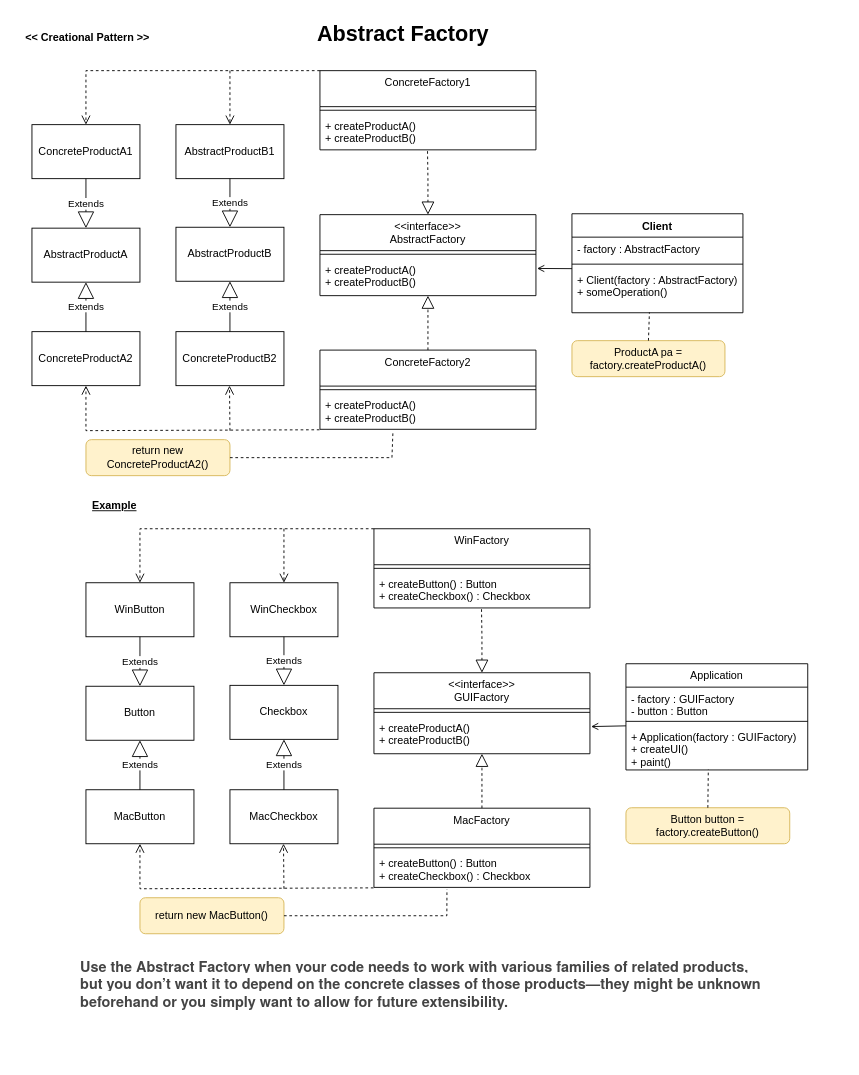
Before: Creational - AbstractFactory.drawio in yalankar/yalankar, a draw.io diagram. Source tidied: cells renumbered, new cells numbered last; positions are measured from the earlier drawing's top-left corner, leaving out a move shared by most shapes. Both pictures are drawn from the tidied source at 90%, with x=0, y=0 at pixel (15, 15).
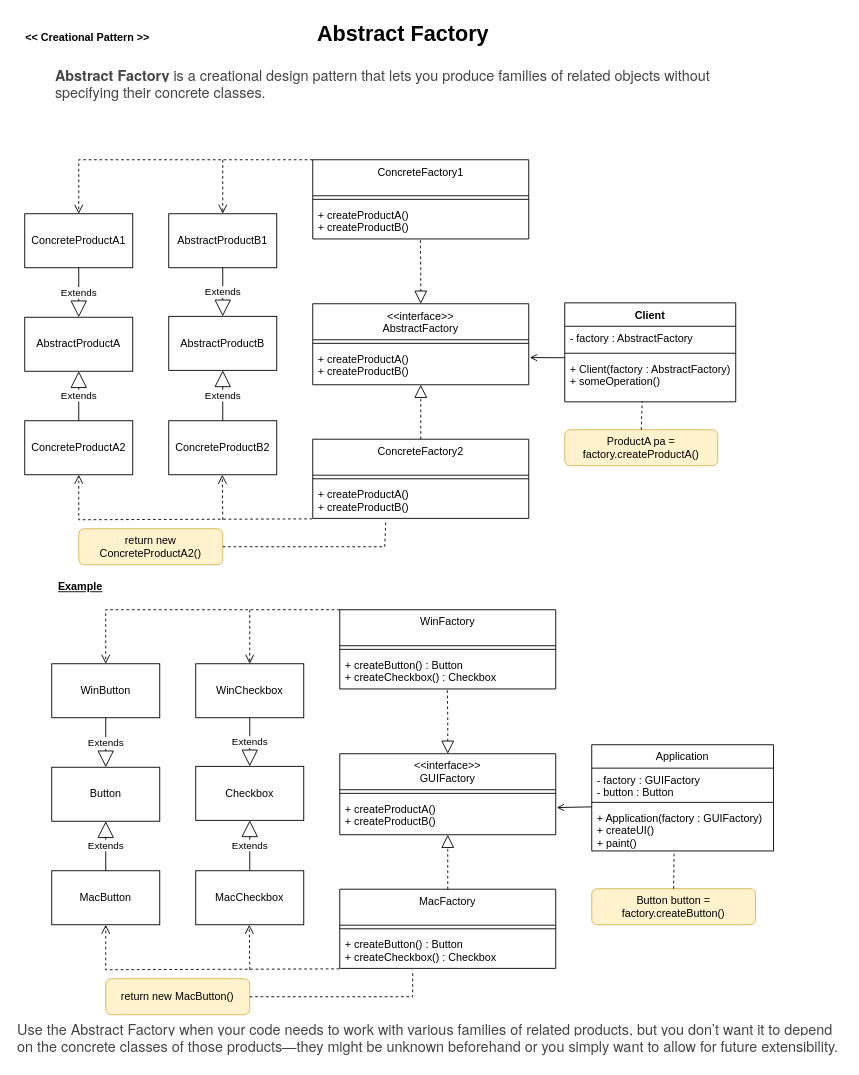
The same diagram, later.

Unchanged cells that the change refers to:
```xml
<mxCell id="12" value="+ createProductA()&#10;+ createProductB()" style="text;strokeColor=none;fillColor=none;align=left;verticalAlign=top;spacingLeft=4;spacingRight=4;overflow=hidden;points=[[0,0.5],[1,0.5]];portConstraint=eastwest;" parent="10" vertex="1">
  <mxGeometry y="48" width="240" height="40" as="geometry" />
</mxCell>
<mxCell id="15" value="+ createProductA()&#10;+ createProductB()" style="text;strokeColor=none;fillColor=none;align=left;verticalAlign=top;spacingLeft=4;spacingRight=4;overflow=hidden;points=[[0,0.5],[1,0.5]];portConstraint=eastwest;" parent="13" vertex="1">
  <mxGeometry y="48" width="240" height="40" as="geometry" />
</mxCell>
<mxCell id="46" value="+ createButton() : Button&#10;+ createCheckbox() : Checkbox" style="text;strokeColor=none;fillColor=none;align=left;verticalAlign=top;spacingLeft=4;spacingRight=4;overflow=hidden;points=[[0,0.5],[1,0.5]];portConstraint=eastwest;" parent="44" vertex="1">
  <mxGeometry y="48" width="240" height="40" as="geometry" />
</mxCell>
<mxCell id="49" value="+ createButton() : Button&#10;+ createCheckbox() : Checkbox" style="text;strokeColor=none;fillColor=none;align=left;verticalAlign=top;spacingLeft=4;spacingRight=4;overflow=hidden;points=[[0,0.5],[1,0.5]];portConstraint=eastwest;" parent="47" vertex="1">
  <mxGeometry y="48" width="240" height="40" as="geometry" />
</mxCell>
```

The edit, as a diff of the source:
```diff
@@
     <mxCell id="3" value="&lt;&lt;interface&gt;&gt;&#10;AbstractFactory" style="swimlane;fontStyle=0;align=center;verticalAlign=top;horizontal=1;startSize=40;" parent="1" vertex="1">
-      <mxGeometry x="338" y="221" width="240" height="90" as="geometry" />
+      <mxGeometry x="330" y="320" width="240" height="90" as="geometry" />
     </mxCell>
@@
     <mxCell id="6" style="endArrow=block;dashed=1;endFill=0;endSize=12;html=1;rounded=0;exitX=0.5;exitY=0;exitDx=0;exitDy=0;" parent="1" edge="1" source="13">
       <mxGeometry relative="1" as="geometry">
-        <mxPoint x="458" y="311" as="targetPoint" />
+        <mxPoint x="450" y="410" as="targetPoint" />
         <Array as="points">
-          <mxPoint x="458" y="327.5" />
+          <mxPoint x="450" y="426.5" />
         </Array>
       </mxGeometry>
     </mxCell>
@@
     <mxCell id="8" value="&lt;u&gt;Example&lt;/u&gt;" style="text;html=1;strokeColor=none;fillColor=none;align=center;verticalAlign=middle;whiteSpace=wrap;rounded=0;shadow=0;sketch=0;fontStyle=1;" parent="1" vertex="1">
-      <mxGeometry x="80" y="530" width="60" height="30" as="geometry" />
+      <mxGeometry x="42" y="620" width="60" height="30" as="geometry" />
     </mxCell>
     <mxCell id="9" value="return new ConcreteProductA2()" style="text;html=1;align=center;verticalAlign=middle;whiteSpace=wrap;rounded=1;sketch=0;shadow=0;fillColor=#fff2cc;strokeColor=#d6b656;" parent="1" vertex="1">
-      <mxGeometry x="78" y="471" width="160" height="40" as="geometry" />
+      <mxGeometry x="70" y="570" width="160" height="40" as="geometry" />
     </mxCell>
     <mxCell id="10" value="ConcreteFactory1" style="swimlane;fontStyle=0;align=center;verticalAlign=top;horizontal=1;startSize=40;" parent="1" vertex="1">
-      <mxGeometry x="338" y="61" width="240" height="88" as="geometry" />
+      <mxGeometry x="330" y="160" width="240" height="88" as="geometry" />
     </mxCell>
@@
     <mxCell id="13" value="ConcreteFactory2" style="swimlane;fontStyle=0;align=center;verticalAlign=top;horizontal=1;startSize=40;" parent="1" vertex="1">
-      <mxGeometry x="338" y="371.5" width="240" height="88" as="geometry" />
+      <mxGeometry x="330" y="470.5" width="240" height="88" as="geometry" />
     </mxCell>
@@
     <mxCell id="16" style="endArrow=block;dashed=1;endFill=0;endSize=12;html=1;rounded=0;exitX=0.498;exitY=1.035;exitDx=0;exitDy=0;exitPerimeter=0;entryX=0.5;entryY=0;entryDx=0;entryDy=0;" parent="1" edge="1" source="12" target="3">
       <mxGeometry relative="1" as="geometry">
         <Array as="points">
-          <mxPoint x="458" y="181" />
-          <mxPoint x="458" y="191" />
+          <mxPoint x="450" y="280" />
+          <mxPoint x="450" y="290" />
         </Array>
       </mxGeometry>
     </mxCell>
     <mxCell id="17" value="AbstractProductA" style="rounded=0;whiteSpace=wrap;html=1;" parent="1" vertex="1">
-      <mxGeometry x="18" y="236" width="120" height="60" as="geometry" />
+      <mxGeometry x="10" y="335" width="120" height="60" as="geometry" />
     </mxCell>
     <mxCell id="18" value="AbstractProductB" style="rounded=0;whiteSpace=wrap;html=1;" parent="1" vertex="1">
-      <mxGeometry x="178" y="235" width="120" height="60" as="geometry" />
+      <mxGeometry x="170" y="334" width="120" height="60" as="geometry" />
     </mxCell>
     <mxCell id="19" value="ConcreteProductA1" style="rounded=0;whiteSpace=wrap;html=1;" parent="1" vertex="1">
-      <mxGeometry x="18" y="121" width="120" height="60" as="geometry" />
+      <mxGeometry x="10" y="220" width="120" height="60" as="geometry" />
     </mxCell>
     <mxCell id="20" value="ConcreteProductA2" style="rounded=0;whiteSpace=wrap;html=1;" parent="1" vertex="1">
-      <mxGeometry x="18" y="351" width="120" height="60" as="geometry" />
+      <mxGeometry x="10" y="450" width="120" height="60" as="geometry" />
     </mxCell>
     <mxCell id="21" value="AbstractProductB1" style="rounded=0;whiteSpace=wrap;html=1;" parent="1" vertex="1">
-      <mxGeometry x="178" y="121" width="120" height="60" as="geometry" />
+      <mxGeometry x="170" y="220" width="120" height="60" as="geometry" />
     </mxCell>
     <mxCell id="22" value="ConcreteProductB2" style="rounded=0;whiteSpace=wrap;html=1;" parent="1" vertex="1">
-      <mxGeometry x="178" y="351" width="120" height="60" as="geometry" />
+      <mxGeometry x="170" y="450" width="120" height="60" as="geometry" />
     </mxCell>
     <mxCell id="23" value="Client" style="swimlane;fontStyle=1;align=center;verticalAlign=top;horizontal=1;startSize=26;" parent="1" vertex="1">
-      <mxGeometry x="618" y="220" width="190" height="110" as="geometry" />
+      <mxGeometry x="610" y="319" width="190" height="110" as="geometry" />
     </mxCell>
@@
     <mxCell id="27" value="ProductA pa = factory.createProductA()" style="text;html=1;align=center;verticalAlign=middle;whiteSpace=wrap;rounded=1;sketch=0;shadow=0;fillColor=#fff2cc;strokeColor=#d6b656;" parent="1" vertex="1">
-      <mxGeometry x="618" y="361" width="170" height="40" as="geometry" />
+      <mxGeometry x="610" y="460" width="170" height="40" as="geometry" />
     </mxCell>
@@
     <mxCell id="29" value="Extends" style="endArrow=block;endSize=16;endFill=0;html=1;rounded=0;entryX=0.5;entryY=1;entryDx=0;entryDy=0;" parent="1" edge="1" target="18">
       <mxGeometry relative="1" as="geometry">
-        <mxPoint x="238" y="351" as="sourcePoint" />
+        <mxPoint x="230" y="450" as="sourcePoint" />
       </mxGeometry>
     </mxCell>
@@
     <mxCell id="31" value="Extends" style="endArrow=block;endSize=16;endFill=0;html=1;rounded=0;entryX=0.5;entryY=1;entryDx=0;entryDy=0;" parent="1" edge="1" target="17">
       <mxGeometry relative="1" as="geometry">
-        <mxPoint x="78" y="351" as="sourcePoint" />
+        <mxPoint x="70" y="450" as="sourcePoint" />
       </mxGeometry>
     </mxCell>
     <mxCell id="32" style="html=1;verticalAlign=bottom;endArrow=open;dashed=1;endSize=8;rounded=0;entryX=0.5;entryY=1;entryDx=0;entryDy=0;exitX=-0.002;exitY=1.013;exitDx=0;exitDy=0;exitPerimeter=0;" parent="1" edge="1" source="15" target="20">
       <mxGeometry relative="1" as="geometry">
         <Array as="points">
-          <mxPoint x="78" y="461" />
+          <mxPoint x="70" y="560" />
         </Array>
       </mxGeometry>
     </mxCell>
     <mxCell id="33" style="html=1;verticalAlign=bottom;endArrow=open;dashed=1;endSize=8;rounded=0;" parent="1" edge="1">
       <mxGeometry relative="1" as="geometry">
-        <mxPoint x="238" y="461" as="sourcePoint" />
-        <mxPoint x="237.5" y="411" as="targetPoint" />
+        <mxPoint x="230" y="560" as="sourcePoint" />
+        <mxPoint x="229.5" y="510" as="targetPoint" />
       </mxGeometry>
     </mxCell>
     <mxCell id="34" style="html=1;verticalAlign=bottom;endArrow=open;dashed=1;endSize=8;rounded=0;exitX=0;exitY=0;exitDx=0;exitDy=0;entryX=0.5;entryY=0;entryDx=0;entryDy=0;" parent="1" edge="1" source="10" target="19">
       <mxGeometry relative="1" as="geometry">
         <Array as="points">
-          <mxPoint x="78" y="61" />
+          <mxPoint x="70" y="160" />
         </Array>
       </mxGeometry>
     </mxCell>
     <mxCell id="35" style="html=1;verticalAlign=bottom;endArrow=open;dashed=1;endSize=8;rounded=0;entryX=0.5;entryY=0;entryDx=0;entryDy=0;" parent="1" edge="1" target="21">
       <mxGeometry relative="1" as="geometry">
-        <mxPoint x="238" y="61" as="sourcePoint" />
+        <mxPoint x="230" y="160" as="sourcePoint" />
       </mxGeometry>
     </mxCell>
@@
     <mxCell id="37" style="endArrow=none;dashed=1;html=1;rounded=0;exitX=1;exitY=0.5;exitDx=0;exitDy=0;entryX=0.338;entryY=1.053;entryDx=0;entryDy=0;entryPerimeter=0;" parent="1" edge="1" source="9" target="15">
       <mxGeometry relative="1" as="geometry">
         <Array as="points">
-          <mxPoint x="418" y="491" />
+          <mxPoint x="410" y="590" />
         </Array>
       </mxGeometry>
     </mxCell>
@@
     <mxCell id="39" value="&lt;&lt;interface&gt;&gt;&#10;GUIFactory" style="swimlane;fontStyle=0;align=center;verticalAlign=top;horizontal=1;startSize=40;" parent="1" vertex="1">
-      <mxGeometry x="398" y="730" width="240" height="90" as="geometry" />
+      <mxGeometry x="360" y="820" width="240" height="90" as="geometry" />
     </mxCell>
@@
     <mxCell id="42" style="endArrow=block;dashed=1;endFill=0;endSize=12;html=1;rounded=0;exitX=0.5;exitY=0;exitDx=0;exitDy=0;" parent="1" edge="1" source="47">
       <mxGeometry relative="1" as="geometry">
-        <mxPoint x="518" y="820" as="targetPoint" />
+        <mxPoint x="480" y="910" as="targetPoint" />
         <Array as="points">
-          <mxPoint x="518" y="836.5" />
+          <mxPoint x="480" y="926.5" />
         </Array>
       </mxGeometry>
     </mxCell>
     <mxCell id="43" value="return new MacButton()" style="text;html=1;align=center;verticalAlign=middle;whiteSpace=wrap;rounded=1;sketch=0;shadow=0;fillColor=#fff2cc;strokeColor=#d6b656;" parent="1" vertex="1">
-      <mxGeometry x="138" y="980" width="160" height="40" as="geometry" />
+      <mxGeometry x="100" y="1070" width="160" height="40" as="geometry" />
     </mxCell>
     <mxCell id="44" value="WinFactory" style="swimlane;fontStyle=0;align=center;verticalAlign=top;horizontal=1;startSize=40;" parent="1" vertex="1">
-      <mxGeometry x="398" y="570" width="240" height="88" as="geometry" />
+      <mxGeometry x="360" y="660" width="240" height="88" as="geometry" />
     </mxCell>
@@
     <mxCell id="47" value="MacFactory" style="swimlane;fontStyle=0;align=center;verticalAlign=top;horizontal=1;startSize=40;" parent="1" vertex="1">
-      <mxGeometry x="398" y="880.5" width="240" height="88" as="geometry" />
+      <mxGeometry x="360" y="970.5" width="240" height="88" as="geometry" />
     </mxCell>
@@
     <mxCell id="50" style="endArrow=block;dashed=1;endFill=0;endSize=12;html=1;rounded=0;exitX=0.498;exitY=1.035;exitDx=0;exitDy=0;exitPerimeter=0;entryX=0.5;entryY=0;entryDx=0;entryDy=0;" parent="1" edge="1" source="46" target="39">
       <mxGeometry relative="1" as="geometry">
         <Array as="points">
-          <mxPoint x="518" y="690" />
-          <mxPoint x="518" y="700" />
+          <mxPoint x="480" y="780" />
+          <mxPoint x="480" y="790" />
         </Array>
       </mxGeometry>
     </mxCell>
     <mxCell id="51" value="Button" style="rounded=0;whiteSpace=wrap;html=1;" parent="1" vertex="1">
-      <mxGeometry x="78" y="745" width="120" height="60" as="geometry" />
+      <mxGeometry x="40" y="835" width="120" height="60" as="geometry" />
     </mxCell>
     <mxCell id="52" value="Checkbox" style="rounded=0;whiteSpace=wrap;html=1;" parent="1" vertex="1">
-      <mxGeometry x="238" y="744" width="120" height="60" as="geometry" />
+      <mxGeometry x="200" y="834" width="120" height="60" as="geometry" />
     </mxCell>
     <mxCell id="53" value="WinButton" style="rounded=0;whiteSpace=wrap;html=1;" parent="1" vertex="1">
-      <mxGeometry x="78" y="630" width="120" height="60" as="geometry" />
+      <mxGeometry x="40" y="720" width="120" height="60" as="geometry" />
     </mxCell>
     <mxCell id="54" value="MacButton" style="rounded=0;whiteSpace=wrap;html=1;" parent="1" vertex="1">
-      <mxGeometry x="78" y="860" width="120" height="60" as="geometry" />
+      <mxGeometry x="40" y="950" width="120" height="60" as="geometry" />
     </mxCell>
     <mxCell id="55" value="WinCheckbox" style="rounded=0;whiteSpace=wrap;html=1;" parent="1" vertex="1">
-      <mxGeometry x="238" y="630" width="120" height="60" as="geometry" />
+      <mxGeometry x="200" y="720" width="120" height="60" as="geometry" />
     </mxCell>
     <mxCell id="56" value="MacCheckbox" style="rounded=0;whiteSpace=wrap;html=1;" parent="1" vertex="1">
-      <mxGeometry x="238" y="860" width="120" height="60" as="geometry" />
+      <mxGeometry x="200" y="950" width="120" height="60" as="geometry" />
     </mxCell>
     <mxCell id="57" value="Application" style="swimlane;fontStyle=0;align=center;verticalAlign=top;horizontal=1;startSize=26;" parent="1" vertex="1">
-      <mxGeometry x="678" y="720" width="202" height="118" as="geometry" />
+      <mxGeometry x="640" y="810" width="202" height="118" as="geometry" />
     </mxCell>
@@
     <mxCell id="61" value="Button button = factory.createButton()" style="text;html=1;align=center;verticalAlign=middle;whiteSpace=wrap;rounded=1;sketch=0;shadow=0;fillColor=#fff2cc;strokeColor=#d6b656;" parent="1" vertex="1">
-      <mxGeometry x="678" y="880" width="182" height="40" as="geometry" />
+      <mxGeometry x="640" y="970" width="182" height="40" as="geometry" />
     </mxCell>
@@
     <mxCell id="63" value="Extends" style="endArrow=block;endSize=16;endFill=0;html=1;rounded=0;entryX=0.5;entryY=1;entryDx=0;entryDy=0;" parent="1" edge="1" target="52">
       <mxGeometry relative="1" as="geometry">
-        <mxPoint x="298" y="860" as="sourcePoint" />
+        <mxPoint x="260" y="950" as="sourcePoint" />
       </mxGeometry>
     </mxCell>
@@
     <mxCell id="65" value="Extends" style="endArrow=block;endSize=16;endFill=0;html=1;rounded=0;entryX=0.5;entryY=1;entryDx=0;entryDy=0;" parent="1" edge="1" target="51">
       <mxGeometry relative="1" as="geometry">
-        <mxPoint x="138" y="860" as="sourcePoint" />
+        <mxPoint x="100" y="950" as="sourcePoint" />
       </mxGeometry>
     </mxCell>
     <mxCell id="66" style="html=1;verticalAlign=bottom;endArrow=open;dashed=1;endSize=8;rounded=0;entryX=0.5;entryY=1;entryDx=0;entryDy=0;exitX=-0.002;exitY=1.013;exitDx=0;exitDy=0;exitPerimeter=0;" parent="1" edge="1" source="49" target="54">
       <mxGeometry relative="1" as="geometry">
         <Array as="points">
-          <mxPoint x="138" y="970" />
+          <mxPoint x="100" y="1060" />
         </Array>
       </mxGeometry>
     </mxCell>
     <mxCell id="67" style="html=1;verticalAlign=bottom;endArrow=open;dashed=1;endSize=8;rounded=0;" parent="1" edge="1">
       <mxGeometry relative="1" as="geometry">
-        <mxPoint x="298" y="970" as="sourcePoint" />
-        <mxPoint x="297.5" y="920" as="targetPoint" />
+        <mxPoint x="260" y="1060" as="sourcePoint" />
+        <mxPoint x="259.5" y="1010" as="targetPoint" />
       </mxGeometry>
     </mxCell>
     <mxCell id="68" style="html=1;verticalAlign=bottom;endArrow=open;dashed=1;endSize=8;rounded=0;exitX=0;exitY=0;exitDx=0;exitDy=0;entryX=0.5;entryY=0;entryDx=0;entryDy=0;" parent="1" edge="1" source="44" target="53">
       <mxGeometry relative="1" as="geometry">
         <Array as="points">
-          <mxPoint x="138" y="570" />
+          <mxPoint x="100" y="660" />
         </Array>
       </mxGeometry>
     </mxCell>
     <mxCell id="69" style="html=1;verticalAlign=bottom;endArrow=open;dashed=1;endSize=8;rounded=0;entryX=0.5;entryY=0;entryDx=0;entryDy=0;" parent="1" edge="1" target="55">
       <mxGeometry relative="1" as="geometry">
-        <mxPoint x="298" y="570" as="sourcePoint" />
+        <mxPoint x="260" y="660" as="sourcePoint" />
       </mxGeometry>
     </mxCell>
@@
     <mxCell id="71" style="endArrow=none;dashed=1;html=1;rounded=0;exitX=1;exitY=0.5;exitDx=0;exitDy=0;entryX=0.338;entryY=1.053;entryDx=0;entryDy=0;entryPerimeter=0;" parent="1" edge="1" source="43" target="49">
       <mxGeometry relative="1" as="geometry">
         <Array as="points">
-          <mxPoint x="479" y="1000" />
+          <mxPoint x="441" y="1090" />
         </Array>
       </mxGeometry>
     </mxCell>
@@
-    <mxCell id="73" value="&lt;span style=&quot;color: rgb(68, 68, 68); font-family: &amp;quot;PT Sans&amp;quot;, &amp;quot;Helvetica Neue&amp;quot;, Arial, sans-serif; font-size: 16px; font-style: normal; font-variant-ligatures: normal; font-variant-caps: normal; font-weight: 700; letter-spacing: normal; orphans: 2; text-align: left; text-indent: 0px; text-transform: none; widows: 2; word-spacing: 0px; -webkit-text-stroke-width: 0px; background-color: rgb(255, 255, 255); text-decoration-thickness: initial; text-decoration-style: initial; text-decoration-color: initial; float: none; display: inline !important;&quot;&gt;Use the Abstract Factory when your code needs to work with various families of related products, but you don’t want it to depend on the concrete classes of those products—they might be unknown beforehand or you simply want to allow for future extensibility.&lt;/span&gt;" style="text;whiteSpace=wrap;html=1;" parent="1" vertex="1">
-      <mxGeometry x="70" y="1040" width="760" height="70" as="geometry" />
+    <mxCell id="73" value="&lt;span style=&quot;color: rgb(68, 68, 68); font-family: &amp;quot;PT Sans&amp;quot;, &amp;quot;Helvetica Neue&amp;quot;, Arial, sans-serif; font-size: 16px; font-style: normal; font-variant-ligatures: normal; font-variant-caps: normal; letter-spacing: normal; orphans: 2; text-align: left; text-indent: 0px; text-transform: none; widows: 2; word-spacing: 0px; -webkit-text-stroke-width: 0px; background-color: rgb(255, 255, 255); text-decoration-thickness: initial; text-decoration-style: initial; text-decoration-color: initial; float: none; display: inline !important;&quot;&gt;Use the Abstract Factory when your code needs to work with various families of related products, but you don’t want it to depend on the concrete classes of those products—they might be unknown beforehand or you simply want to allow for future extensibility.&lt;/span&gt;" style="text;whiteSpace=wrap;html=1;fontStyle=0;" parent="1" vertex="1">
+      <mxGeometry y="1110" width="920" height="50" as="geometry" />
     </mxCell>
+    <mxCell id="74" value="&lt;strong style=&quot;box-sizing: border-box; font-weight: bolder; color: rgb(68, 68, 68); font-family: &amp;quot;PT Sans&amp;quot;, &amp;quot;Helvetica Neue&amp;quot;, Arial, sans-serif; font-size: 16px; font-style: normal; font-variant-ligatures: normal; font-variant-caps: normal; letter-spacing: normal; orphans: 2; text-align: left; text-indent: 0px; text-transform: none; widows: 2; word-spacing: 0px; -webkit-text-stroke-width: 0px; background-color: rgb(255, 255, 255); text-decoration-thickness: initial; text-decoration-style: initial; text-decoration-color: initial;&quot;&gt;Abstract Factory&lt;/strong&gt;&lt;span style=&quot;color: rgb(68, 68, 68); font-family: &amp;quot;PT Sans&amp;quot;, &amp;quot;Helvetica Neue&amp;quot;, Arial, sans-serif; font-size: 16px; font-style: normal; font-variant-ligatures: normal; font-variant-caps: normal; font-weight: 400; letter-spacing: normal; orphans: 2; text-align: left; text-indent: 0px; text-transform: none; widows: 2; word-spacing: 0px; -webkit-text-stroke-width: 0px; background-color: rgb(255, 255, 255); text-decoration-thickness: initial; text-decoration-style: initial; text-decoration-color: initial; float: none; display: inline !important;&quot;&gt;&lt;span&gt;&amp;nbsp;&lt;/span&gt;is a creational design pattern that lets you produce families of related objects without specifying their concrete&amp;nbsp;classes.&lt;/span&gt;" style="text;whiteSpace=wrap;html=1;" parent="1" vertex="1">
+      <mxGeometry x="42" y="50" width="750" height="60" as="geometry" />
+    </mxCell>
```
